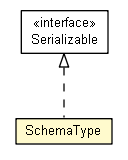
Earlier version of the Graphviz export doxdb-core/apidocs/net/trajano/doxdb/schema/SchemaType.png (trajano/doxdb). Its source is kept beside it as doxdb-core/apidocs/net/trajano/doxdb/schema/SchemaType.dot. Source of this version:
```dot

digraph G {
	edge [fontname="arial",fontsize=10,labelfontname="arial",labelfontsize=10];
	node [fontname="arial",fontsize=10,shape=plaintext];
	nodesep=0.25;
	ranksep=0.5;
	c530 [label=<<table title="net.trajano.doxdb.schema.SchemaType" border="0" cellborder="1" cellspacing="0" cellpadding="2" port="p" bgcolor="lemonChiffon" href="./SchemaType.html">
		<tr><td><table border="0" cellspacing="0" cellpadding="1">
<tr><td align="center" balign="center"> SchemaType </td></tr>
		</table></td></tr>
		</table>>, URL="./SchemaType.html", fontname="arial", fontcolor="black", fontsize=10.0];
	c535:p -> c530:p [dir=back,arrowtail=empty,style=dashed];
	c535 [label=<<table title="java.io.Serializable" border="0" cellborder="1" cellspacing="0" cellpadding="2" port="p" href="http://java.sun.com/j2se/1.4.2/docs/api/java/io/Serializable.html">
		<tr><td><table border="0" cellspacing="0" cellpadding="1">
<tr><td align="center" balign="center"> &#171;interface&#187; </td></tr>
<tr><td align="center" balign="center"> Serializable </td></tr>
		</table></td></tr>
		</table>>, URL="http://java.sun.com/j2se/1.4.2/docs/api/java/io/Serializable.html", fontname="arial", fontcolor="black", fontsize=10.0];
}
```
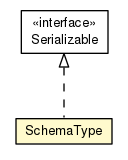
After the commit.

Change to the diagram source:
```diff
@@ -1,19 +1,19 @@
 
 digraph G {
-	edge [fontname="arial",fontsize=10,labelfontname="arial",labelfontsize=10];
-	node [fontname="arial",fontsize=10,shape=plaintext];
+	edge [fontname="Helvetica",fontsize=10,labelfontname="Helvetica",labelfontsize=10];
+	node [fontname="Helvetica",fontsize=10,shape=plaintext];
 	nodesep=0.25;
 	ranksep=0.5;
-	c530 [label=<<table title="net.trajano.doxdb.schema.SchemaType" border="0" cellborder="1" cellspacing="0" cellpadding="2" port="p" bgcolor="lemonChiffon" href="./SchemaType.html">
+	c531 [label=<<table title="net.trajano.doxdb.schema.SchemaType" border="0" cellborder="1" cellspacing="0" cellpadding="2" port="p" bgcolor="lemonChiffon" href="./SchemaType.html">
 		<tr><td><table border="0" cellspacing="0" cellpadding="1">
 <tr><td align="center" balign="center"> SchemaType </td></tr>
 		</table></td></tr>
-		</table>>, URL="./SchemaType.html", fontname="arial", fontcolor="black", fontsize=10.0];
-	c535:p -> c530:p [dir=back,arrowtail=empty,style=dashed];
+		</table>>, URL="./SchemaType.html", fontname="Helvetica", fontcolor="black", fontsize=10.0];
+	c535:p -> c531:p [dir=back,arrowtail=empty,style=dashed];
 	c535 [label=<<table title="java.io.Serializable" border="0" cellborder="1" cellspacing="0" cellpadding="2" port="p" href="http://java.sun.com/j2se/1.4.2/docs/api/java/io/Serializable.html">
 		<tr><td><table border="0" cellspacing="0" cellpadding="1">
 <tr><td align="center" balign="center"> &#171;interface&#187; </td></tr>
 <tr><td align="center" balign="center"> Serializable </td></tr>
 		</table></td></tr>
-		</table>>, URL="http://java.sun.com/j2se/1.4.2/docs/api/java/io/Serializable.html", fontname="arial", fontcolor="black", fontsize=10.0];
+		</table>>, URL="http://java.sun.com/j2se/1.4.2/docs/api/java/io/Serializable.html", fontname="Helvetica", fontcolor="black", fontsize=10.0];
 }
```
